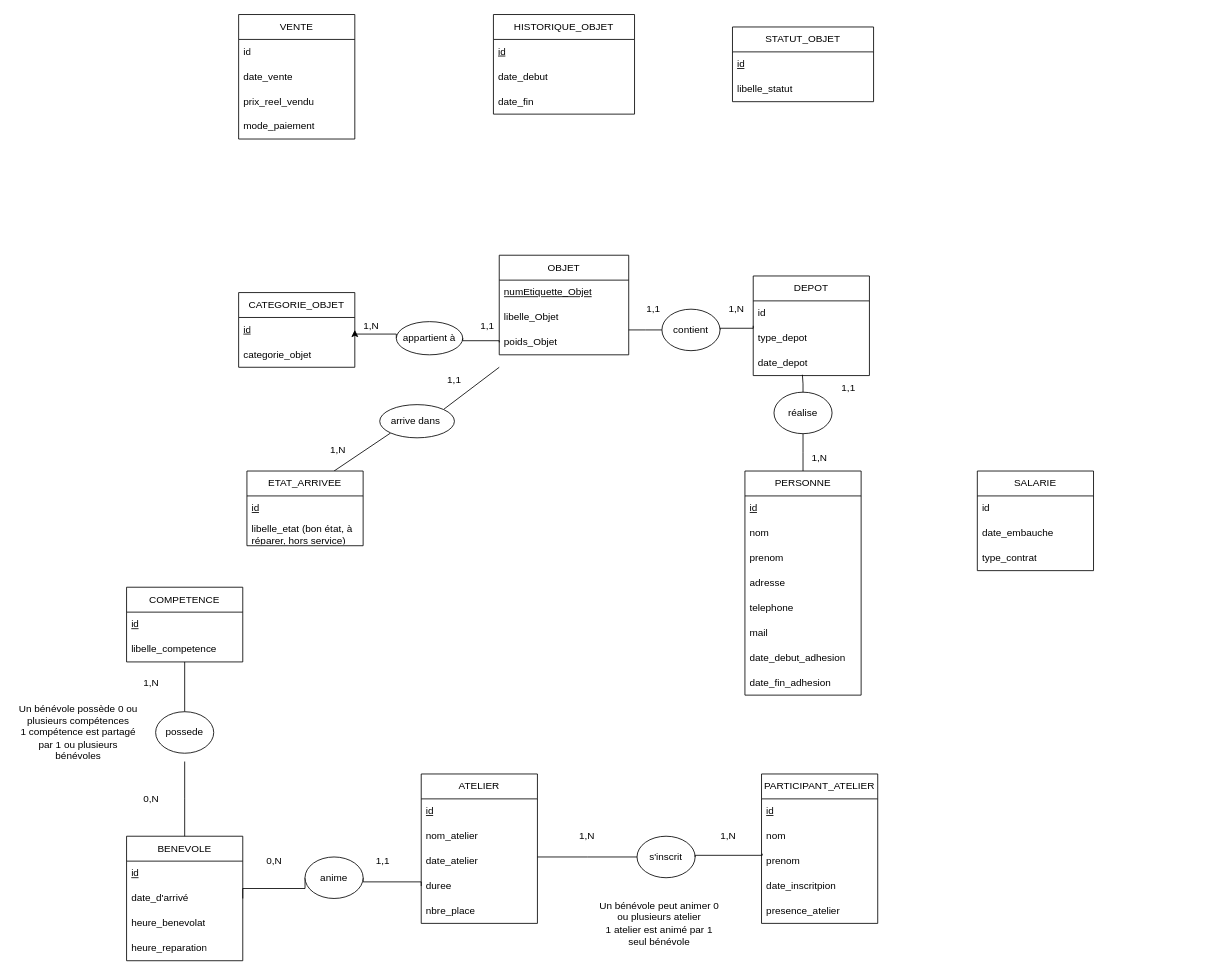
Before: schema_EA_adatabase.drawio in gdiaby2403/repo1, a draw.io diagram. Source tidied: cells renumbered, new cells numbered last; positions are measured from the earlier drawing's top-left corner, leaving out a move shared by most shapes. Both pictures are drawn from the tidied source at 83%, with x=0, y=0 at pixel (14, 14).
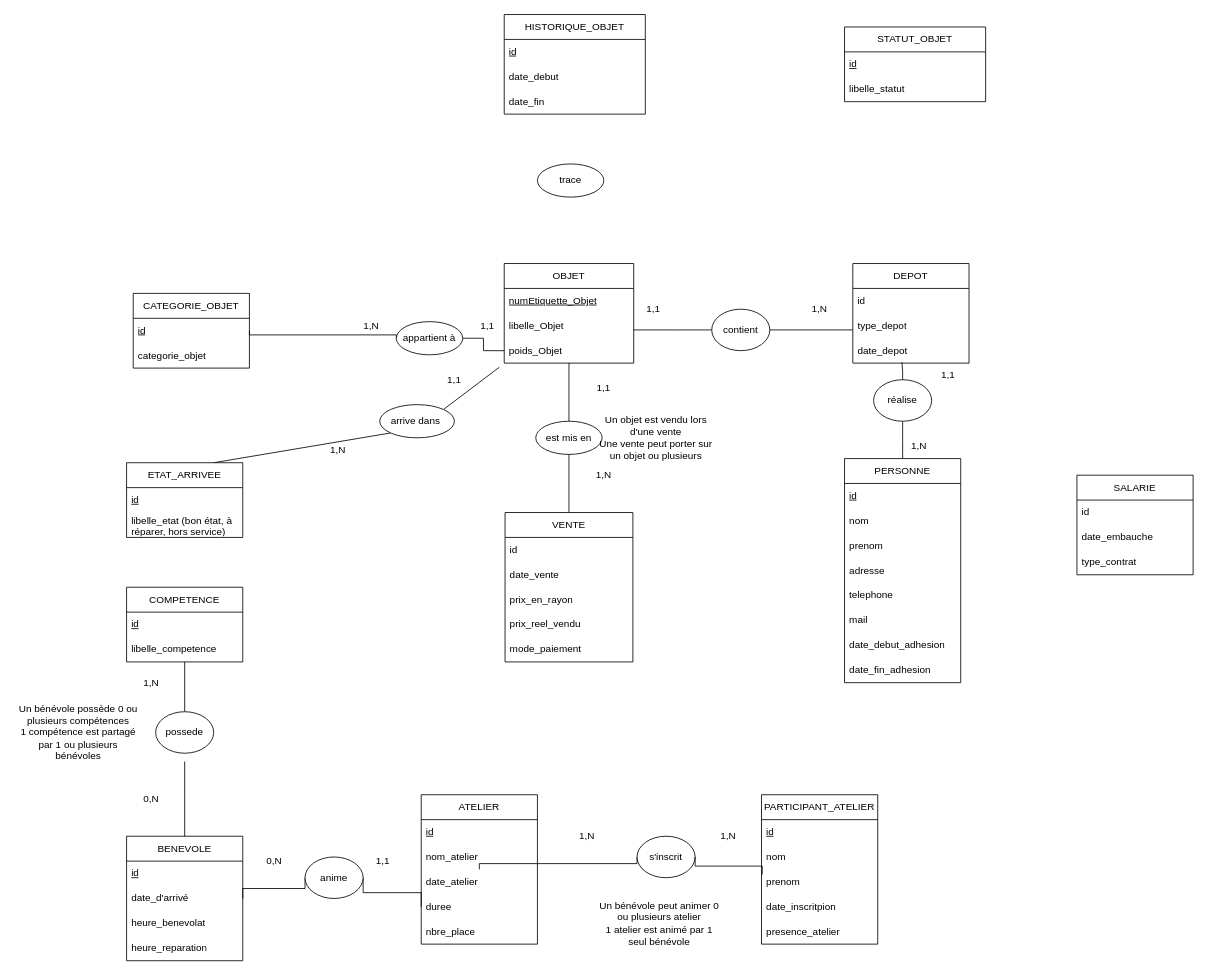
Above is the later version.

Commit message:
Mettre à jour schema_EA_adatabase.drawio

The change refers to these unchanged cells:
```xml
<mxCell id="20" value="&lt;u&gt;id&lt;/u&gt;" style="text;strokeColor=none;fillColor=none;align=left;verticalAlign=middle;spacingLeft=4;spacingRight=4;overflow=hidden;points=[[0,0.5],[1,0.5]];portConstraint=eastwest;whiteSpace=wrap;html=1;" parent="19" vertex="1">
  <mxGeometry y="30" width="140" height="30" as="geometry" />
</mxCell>
<mxCell id="68" value="appartient à" style="ellipse;whiteSpace=wrap;html=1;shapeInside=1;" parent="1" vertex="1">
  <mxGeometry x="460" y="370" width="80" height="40" as="geometry" />
</mxCell>
```

The edit, as a diff of the source:
```diff
@@
     <mxCell id="3" value="OBJET" style="swimlane;fontStyle=0;horizontal=1;startSize=30;whiteSpace=wrap;html=1;" parent="1" vertex="1">
-      <mxGeometry x="584" y="290" width="156" height="120" as="geometry" />
+      <mxGeometry x="590" y="300" width="156" height="120" as="geometry" />
     </mxCell>
@@
     <mxCell id="7" value="ATELIER" style="swimlane;fontStyle=0;horizontal=1;startSize=30;whiteSpace=wrap;html=1;" parent="1" vertex="1">
-      <mxGeometry x="490" y="915" width="140" height="180" as="geometry" />
+      <mxGeometry x="490" y="940" width="140" height="180" as="geometry" />
     </mxCell>
@@
     <mxCell id="19" value="CATEGORIE_OBJET" style="swimlane;fontStyle=0;horizontal=1;startSize=30;whiteSpace=wrap;html=1;" parent="1" vertex="1">
-      <mxGeometry x="270" y="335" width="140" height="90" as="geometry" />
+      <mxGeometry x="143" y="336" width="140" height="90" as="geometry" />
     </mxCell>
@@
     <mxCell id="22" value="HISTORIQUE_OBJET" style="swimlane;fontStyle=0;horizontal=1;startSize=30;whiteSpace=wrap;html=1;" parent="1" vertex="1">
-      <mxGeometry x="577" width="170" height="120" as="geometry" />
+      <mxGeometry x="590" width="170" height="120" as="geometry" />
     </mxCell>
@@
     <mxCell id="27" value="ETAT_ARRIVEE" style="swimlane;fontStyle=0;horizontal=1;startSize=30;whiteSpace=wrap;html=1;" parent="1" vertex="1">
-      <mxGeometry x="280" y="550" width="140" height="90" as="geometry" />
+      <mxGeometry x="135" y="540" width="140" height="90" as="geometry" />
     </mxCell>
@@
-    <mxCell id="34" style="edgeStyle=elbowEdgeStyle;shape=wire;rounded=0;jettySize=auto;elbow=vertical;html=1;exitX=0;exitY=0.5;exitDx=0;exitDy=0;entryX=1;entryY=0.5;entryDx=0;entryDy=0;dashed=1;endArrow=none;endFill=0;" parent="1" edge="1" source="35" target="72">
-      <mxGeometry relative="1" as="geometry" />
-    </mxCell>
     <mxCell id="35" value="DEPOT" style="swimlane;fontStyle=0;horizontal=1;startSize=30;whiteSpace=wrap;html=1;" parent="1" vertex="1">
-      <mxGeometry x="890" y="315" width="140" height="120" as="geometry" />
+      <mxGeometry x="1010" y="300" width="140" height="120" as="geometry" />
     </mxCell>
@@
     <mxCell id="39" value="PARTICIPANT_ATELIER" style="swimlane;fontStyle=0;horizontal=1;startSize=30;whiteSpace=wrap;html=1;" parent="1" vertex="1">
-      <mxGeometry x="900" y="915" width="140" height="180" as="geometry" />
+      <mxGeometry x="900" y="940" width="140" height="180" as="geometry" />
     </mxCell>
@@
     <mxCell id="45" value="VENTE" style="swimlane;fontStyle=0;horizontal=1;startSize=30;whiteSpace=wrap;html=1;" parent="1" vertex="1">
-      <mxGeometry x="270" width="140" height="150" as="geometry" />
+      <mxGeometry x="591" y="600" width="154" height="180" as="geometry" />
     </mxCell>
     <mxCell id="46" value="id" style="text;strokeColor=none;fillColor=none;align=left;verticalAlign=middle;spacingLeft=4;spacingRight=4;overflow=hidden;whiteSpace=wrap;html=1;" parent="45" vertex="1">
-      <mxGeometry y="30" width="140" height="30" as="geometry" />
+      <mxGeometry y="30" width="154" height="30" as="geometry" />
     </mxCell>
     <mxCell id="47" value="date_vente" style="text;strokeColor=none;fillColor=none;align=left;verticalAlign=middle;spacingLeft=4;spacingRight=4;overflow=hidden;whiteSpace=wrap;html=1;" parent="45" vertex="1">
-      <mxGeometry y="60" width="140" height="30" as="geometry" />
+      <mxGeometry y="60" width="154" height="30" as="geometry" />
     </mxCell>
+    <mxCell id="98" value="prix_en_rayon" style="text;strokeColor=none;fillColor=none;align=left;verticalAlign=middle;spacingLeft=4;spacingRight=4;overflow=hidden;whiteSpace=wrap;html=1;" parent="45" vertex="1">
+      <mxGeometry y="90" width="154" height="30" as="geometry" />
+    </mxCell>
     <mxCell id="48" value="prix_reel_vendu" style="text;strokeColor=none;fillColor=none;align=left;verticalAlign=middle;spacingLeft=4;spacingRight=4;overflow=hidden;whiteSpace=wrap;html=1;" parent="45" vertex="1">
-      <mxGeometry y="90" width="140" height="30" as="geometry" />
+      <mxGeometry y="120" width="154" height="30" as="geometry" />
     </mxCell>
     <mxCell id="49" value="mode_paiement" style="text;strokeColor=none;fillColor=none;align=left;verticalAlign=middle;spacingLeft=4;spacingRight=4;overflow=hidden;whiteSpace=wrap;html=1;" parent="45" vertex="1">
-      <mxGeometry y="120" width="140" height="30" as="geometry" />
+      <mxGeometry y="150" width="154" height="30" as="geometry" />
     </mxCell>
@@
     <mxCell id="51" value="PERSONNE" style="swimlane;fontStyle=0;horizontal=1;startSize=30;whiteSpace=wrap;html=1;" parent="1" vertex="1">
-      <mxGeometry x="880" y="550" width="140" height="270" as="geometry" />
+      <mxGeometry x="1000" y="535" width="140" height="270" as="geometry" />
     </mxCell>
@@
     <mxCell id="60" value="SALARIE" style="swimlane;fontStyle=0;horizontal=1;startSize=30;whiteSpace=wrap;html=1;" parent="1" vertex="1">
-      <mxGeometry x="1160" y="550" width="140" height="120" as="geometry" />
+      <mxGeometry x="1280" y="555" width="140" height="120" as="geometry" />
     </mxCell>
@@
-    <mxCell id="67" style="edgeStyle=elbowEdgeStyle;shape=wire;rounded=0;jettySize=auto;elbow=vertical;html=1;exitX=0;exitY=0.5;exitDx=0;exitDy=0;entryX=1;entryY=0.5;entryDx=0;entryDy=0;dashed=1;" parent="1" edge="1" source="68" target="20">
+    <mxCell id="67" style="edgeStyle=elbowEdgeStyle;shape=wire;rounded=0;jettySize=auto;elbow=vertical;html=1;exitX=0;exitY=0.5;exitDx=0;exitDy=0;entryX=1;entryY=0.5;entryDx=0;entryDy=0;dashed=1;endArrow=none;endFill=0;" parent="1" edge="1" source="68" target="20">
       <mxGeometry relative="1" as="geometry" />
     </mxCell>
@@
+    <mxCell id="99" style="edgeStyle=elbowEdgeStyle;shape=wire;rounded=0;jettySize=auto;elbow=vertical;html=1;exitX=1;exitY=0.5;exitDx=0;exitDy=0;dashed=1;endArrow=none;endFill=0;" parent="1" edge="1" source="72">
+      <mxGeometry relative="1" as="geometry">
+        <mxPoint x="1010" y="379.9" as="targetPoint" />
+      </mxGeometry>
+    </mxCell>
     <mxCell id="72" value="contient" style="ellipse;whiteSpace=wrap;html=1;shapeInside=1;" parent="1" vertex="1">
-      <mxGeometry x="780" y="355" width="70" height="50" as="geometry" />
+      <mxGeometry x="840" y="355" width="70" height="50" as="geometry" />
     </mxCell>
     <mxCell id="73" value="1,N" style="text;html=1;whiteSpace=wrap;strokeColor=none;fillColor=none;align=center;verticalAlign=middle;rounded=0;" parent="1" vertex="1">
-      <mxGeometry x="840" y="340" width="60" height="30" as="geometry" />
+      <mxGeometry x="940" y="340" width="60" height="30" as="geometry" />
     </mxCell>
@@
     <mxCell id="79" value="réalise" style="ellipse;whiteSpace=wrap;html=1;shapeInside=1;" parent="1" vertex="1">
-      <mxGeometry x="915" y="455" width="70" height="50" as="geometry" />
+      <mxGeometry x="1035" y="440" width="70" height="50" as="geometry" />
     </mxCell>
@@
     <mxCell id="81" value="1,N" style="text;html=1;whiteSpace=wrap;strokeColor=none;fillColor=none;align=center;verticalAlign=middle;rounded=0;" parent="1" vertex="1">
-      <mxGeometry x="940" y="520" width="60" height="30" as="geometry" />
+      <mxGeometry x="1060" y="505" width="60" height="30" as="geometry" />
     </mxCell>
     <mxCell id="82" value="1,1" style="text;html=1;whiteSpace=wrap;strokeColor=none;fillColor=none;align=center;verticalAlign=middle;rounded=0;" parent="1" vertex="1">
-      <mxGeometry x="975" y="435" width="60" height="30" as="geometry" />
+      <mxGeometry x="1095" y="420" width="60" height="30" as="geometry" />
     </mxCell>
     <mxCell id="83" value="STATUT_OBJET" style="swimlane;fontStyle=0;horizontal=1;startSize=30;whiteSpace=wrap;html=1;" parent="1" vertex="1">
-      <mxGeometry x="865" y="15" width="170" height="90" as="geometry" />
+      <mxGeometry x="1000" y="15" width="170" height="90" as="geometry" />
     </mxCell>
@@
+    <mxCell id="100" value="trace" style="ellipse;whiteSpace=wrap;html=1;shapeInside=1;" parent="1" vertex="1">
+      <mxGeometry x="630" y="180" width="80" height="40" as="geometry" />
+    </mxCell>
+    <mxCell id="101" style="edgeStyle=elbowEdgeStyle;shape=wire;rounded=0;jettySize=auto;elbow=vertical;html=1;exitX=0.5;exitY=1;exitDx=0;exitDy=0;entryX=0.5;entryY=0;entryDx=0;entryDy=0;dashed=1;endArrow=none;endFill=0;" parent="1" edge="1" source="103" target="45">
+      <mxGeometry relative="1" as="geometry" />
+    </mxCell>
+    <mxCell id="102" style="edgeStyle=elbowEdgeStyle;shape=wire;rounded=0;jettySize=auto;elbow=vertical;html=1;exitX=0.5;exitY=0;exitDx=0;exitDy=0;entryX=0.5;entryY=1;entryDx=0;entryDy=0;dashed=1;endArrow=none;endFill=0;" parent="1" edge="1" source="103" target="3">
+      <mxGeometry relative="1" as="geometry" />
+    </mxCell>
+    <mxCell id="103" value="est mis en" style="ellipse;whiteSpace=wrap;html=1;shapeInside=1;" parent="1" vertex="1">
+      <mxGeometry x="628" y="490" width="80" height="40" as="geometry" />
+    </mxCell>
+    <mxCell id="104" value="1,1" style="text;html=1;whiteSpace=wrap;strokeColor=none;fillColor=none;align=center;verticalAlign=middle;rounded=0;" parent="1" vertex="1">
+      <mxGeometry x="680" y="435" width="60" height="30" as="geometry" />
+    </mxCell>
+    <mxCell id="105" value="1,N" style="text;html=1;whiteSpace=wrap;strokeColor=none;fillColor=none;align=center;verticalAlign=middle;rounded=0;" parent="1" vertex="1">
+      <mxGeometry x="680" y="540" width="60" height="30" as="geometry" />
+    </mxCell>
+    <mxCell id="106" value="Un objet est vendu lors d'une vente&lt;br&gt;Une vente peut porter sur un objet ou plusieurs" style="text;html=1;whiteSpace=wrap;strokeColor=none;fillColor=none;align=center;verticalAlign=middle;rounded=0;" parent="1" vertex="1">
+      <mxGeometry x="696" y="495" width="154" height="30" as="geometry" />
+    </mxCell>
```
